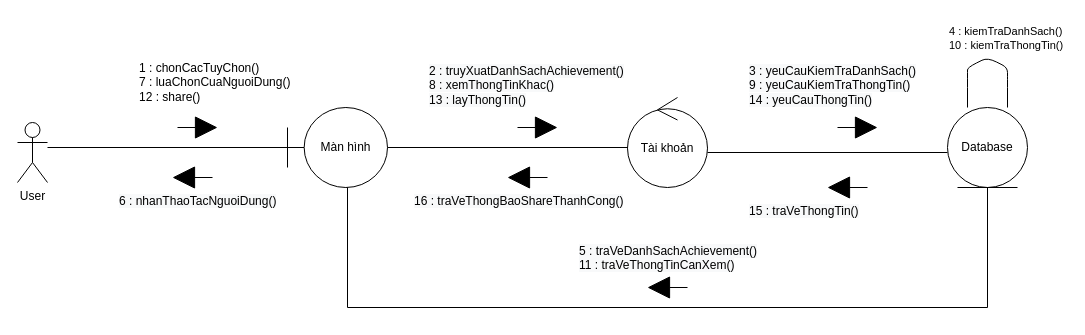
Before: ToDoApp-Doc/Document/Diagram/Collaboration Diagram/Achievement/Achievement_CollaborationDiagram.drawio in Merevoli-DatLuu/To-Do-App, a draw.io diagram. Source tidied: cells renumbered, new cells numbered last; positions are measured from the earlier drawing's top-left corner, leaving out a move shared by most shapes. Both pictures are drawn from the tidied source at 100%, with x=0, y=0 at pixel (17, 17).
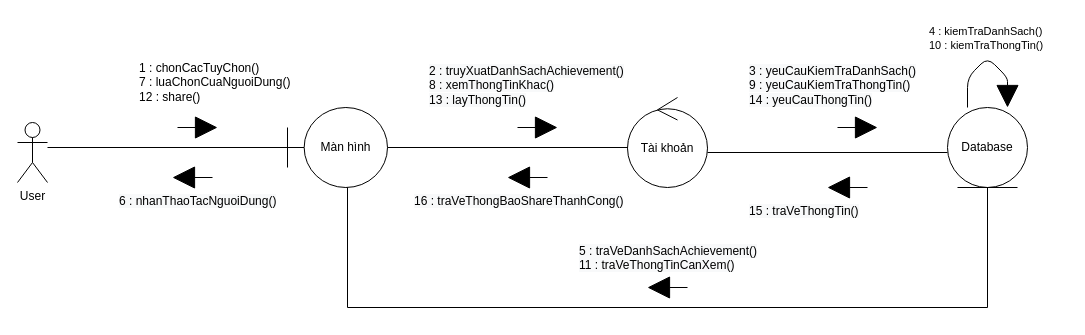
Above is the later version.

Commit message (it also covers changes not shown here):
[Modified] : Achievement_CollaborationDiagram

Diff of the diagram source:
```diff
@@
-    <mxCell id="7" style="endArrow=none;html=1;" parent="1" edge="1">
-      <mxGeometry relative="1" as="geometry">
-        <mxPoint x="950" y="90" as="sourcePoint" />
-        <mxPoint x="990" y="90" as="targetPoint" />
-        <Array as="points">
-          <mxPoint x="950" y="60" />
-          <mxPoint x="950" y="50" />
-          <mxPoint x="970" y="40" />
-          <mxPoint x="990" y="50" />
-          <mxPoint x="990" y="60" />
-        </Array>
-      </mxGeometry>
-    </mxCell>
@@
     <mxCell id="19" value="&lt;span style=&quot;color: rgb(0 , 0 , 0) ; font-family: &amp;#34;helvetica&amp;#34; ; font-size: 11px ; font-style: normal ; font-weight: 400 ; letter-spacing: normal ; text-align: left ; text-indent: 0px ; text-transform: none ; word-spacing: 0px ; background-color: rgb(255 , 255 , 255) ; display: inline ; float: none&quot;&gt;4 : kiemTraDanhSach()&lt;br&gt;&lt;span style=&quot;font-family: &amp;#34;helvetica&amp;#34;&quot;&gt;10 : kiemTraThongTin()&lt;/span&gt;&lt;br&gt;&lt;/span&gt;" style="text;whiteSpace=wrap;html=1;" parent="1" vertex="1">
-      <mxGeometry x="930" width="120" height="30" as="geometry" />
+      <mxGeometry x="910" width="120" height="30" as="geometry" />
     </mxCell>
@@
+    <mxCell id="29" style="html=1;verticalAlign=bottom;endArrow=block;endSize=20;" parent="1" edge="1">
+      <mxGeometry relative="1" as="geometry">
+        <mxPoint x="950" y="90" as="sourcePoint" />
+        <mxPoint x="990" y="90" as="targetPoint" />
+        <Array as="points">
+          <mxPoint x="950" y="60" />
+          <mxPoint x="970" y="40" />
+          <mxPoint x="990" y="60" />
+        </Array>
+      </mxGeometry>
+    </mxCell>
```
